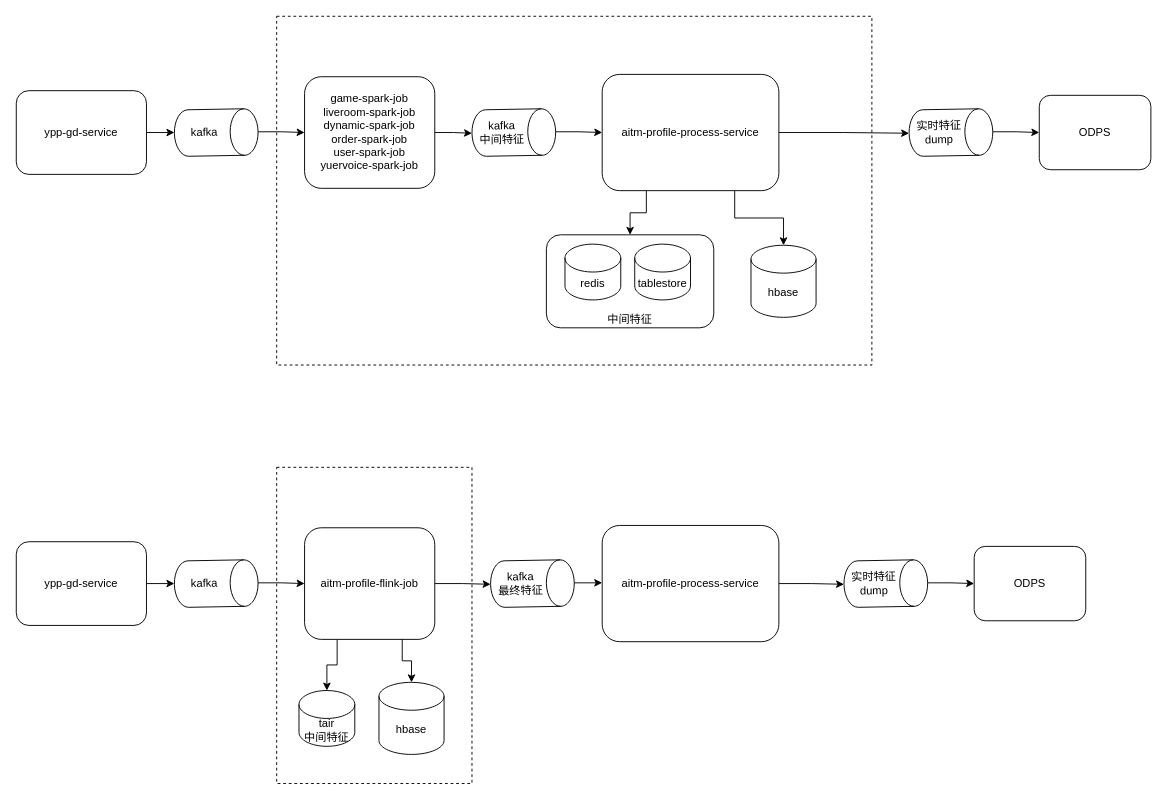
This is Untitled Diagram.drawio from qingchao-kong/draw.io, a draw.io file, before an edit. Source tidied: cells renumbered, new cells numbered last; positions are measured from the earlier drawing's top-left corner, leaving out a move shared by most shapes. Both pictures are drawn from the tidied source at 93%, with x=0, y=0 at pixel (16, 16).
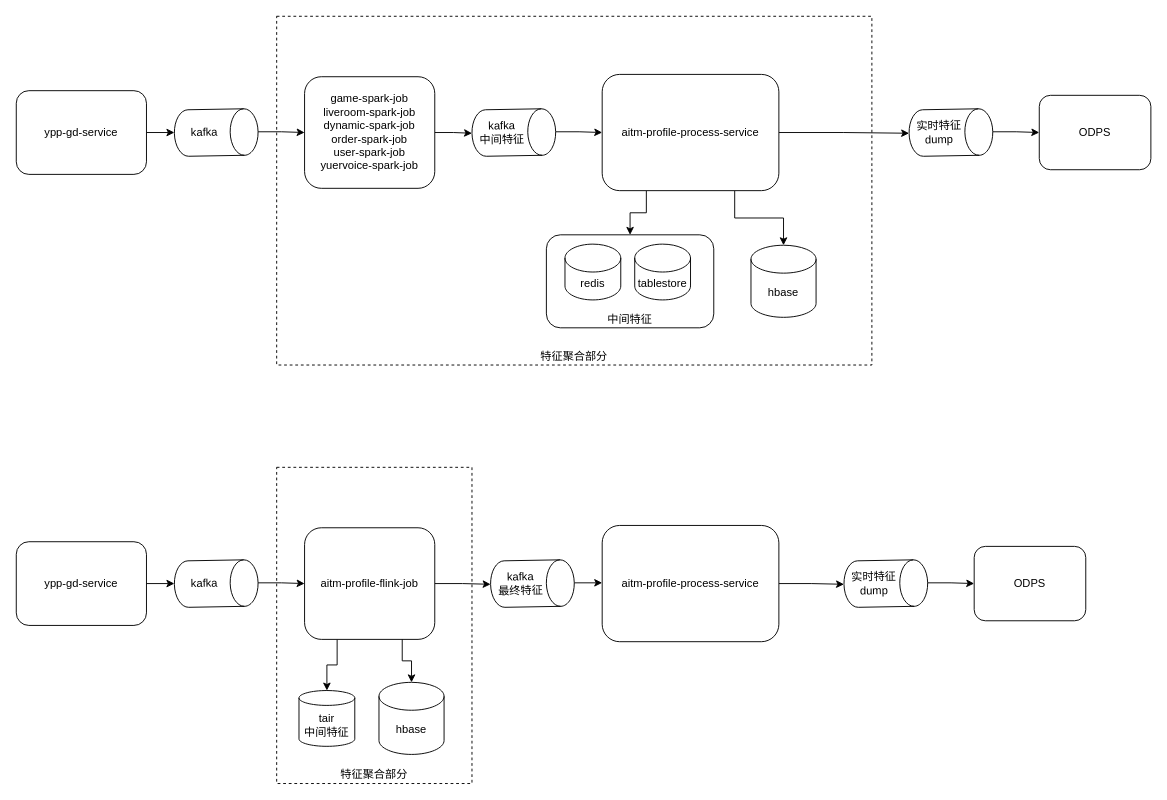
The same diagram, later.

What changed in the source:
```diff
@@
-    <mxCell id="2" style="rounded=0;whiteSpace=wrap;html=1;dashed=1;" parent="1" vertex="1">
+    <mxCell id="2" value="特征聚合部分" style="rounded=0;whiteSpace=wrap;html=1;dashed=1;verticalAlign=bottom;" parent="1" vertex="1">
       <mxGeometry x="280" width="640" height="375" as="geometry" />
     </mxCell>
@@
-    <mxCell id="19" style="rounded=0;whiteSpace=wrap;html=1;dashed=1;" parent="1" vertex="1">
+    <mxCell id="19" value="特征聚合部分" style="rounded=0;whiteSpace=wrap;html=1;dashed=1;verticalAlign=bottom;" parent="1" vertex="1">
       <mxGeometry x="280" y="485" width="210" height="340" as="geometry" />
     </mxCell>
@@
-    <mxCell id="32" value="tair&lt;br&gt;中间特征" style="shape=cylinder3;whiteSpace=wrap;html=1;boundedLbl=1;backgroundOutline=1;size=15;" parent="1" vertex="1">
+    <mxCell id="32" value="tair&lt;br&gt;中间特征" style="shape=cylinder3;whiteSpace=wrap;html=1;boundedLbl=1;backgroundOutline=1;size=8;" parent="1" vertex="1">
       <mxGeometry x="304" y="725" width="60" height="60" as="geometry" />
     </mxCell>
```
